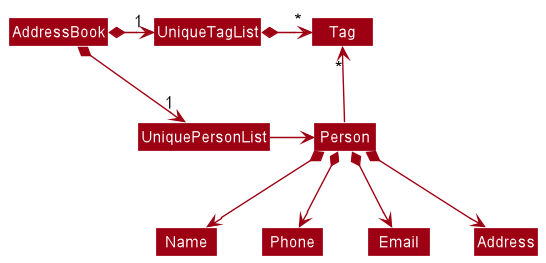
This is docs/images/BetterModelClassDiagram.png from nus-cs2103-AY2122S1/tp, a PlantUML export, as it was before one commit.
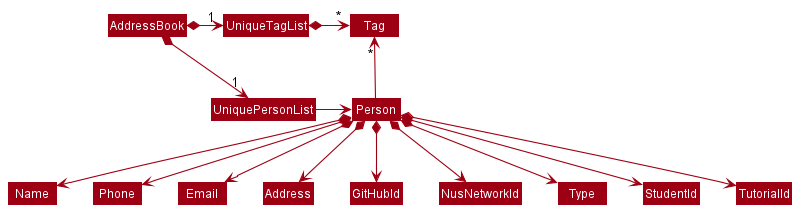
After the change.

Commit message:
Updated Developer Guide to include changes in the diagrams for the new attributes in the Person class

Change to the diagram source:
```diff
@@ -18,4 +18,9 @@
 Person *--> Phone
 Person *--> Email
 Person *--> Address
+Person *--> GitHubId
+Person *--> NusNetworkId
+Person *--> Type
+Person *--> StudentId
+Person *--> TutorialId
 @enduml
```
